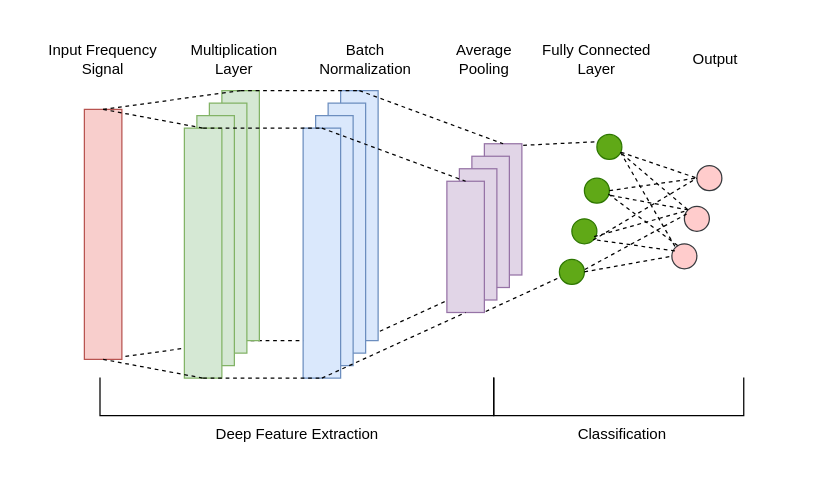
This is FMN.drawio from 1009351456/Anonymous, a draw.io file, before an edit. Source tidied: cells renumbered, new cells numbered last; positions are measured from the earlier drawing's top-left corner, leaving out a move shared by most shapes. Both pictures are drawn from the tidied source at 125%, with x=0, y=0 at pixel (21, 21).
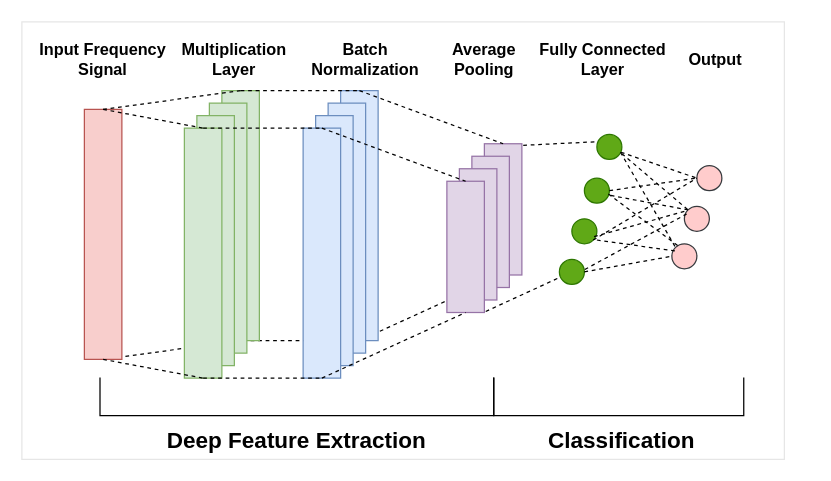
After the change.

What changed in the source:
```diff
@@
-    <mxCell id="2" style="rounded=0;whiteSpace=wrap;html=1;fontColor=#99FF99;strokeColor=#FFFFFF;gradientColor=none;fillColor=#ffffff;" parent="1" vertex="1">
+    <mxCell id="2" style="rounded=0;whiteSpace=wrap;html=1;fontColor=#99FF99;strokeColor=#E6E6E6;gradientColor=none;fillColor=#ffffff;" parent="1" vertex="1">
       <mxGeometry width="610" height="350" as="geometry" />
     </mxCell>
@@
-    <mxCell id="7" value="Input Frequency &lt;br&gt;Signal" style="text;html=1;strokeColor=none;fillColor=none;align=center;verticalAlign=middle;whiteSpace=wrap;rounded=0;" parent="1" vertex="1">
-      <mxGeometry x="20" y="20" width="90" height="20" as="geometry" />
+    <mxCell id="7" value="Input Frequency &lt;br style=&quot;font-size: 13px;&quot;&gt;Signal" style="text;html=1;strokeColor=none;fillColor=none;align=center;verticalAlign=middle;whiteSpace=wrap;rounded=0;fontSize=13;fontStyle=1;" parent="1" vertex="1">
+      <mxGeometry x="10" y="20" width="110" height="20" as="geometry" />
     </mxCell>
@@
-    <mxCell id="20" value="Multiplication&lt;br&gt;Layer" style="text;html=1;strokeColor=none;fillColor=none;align=center;verticalAlign=middle;whiteSpace=wrap;rounded=0;" parent="1" vertex="1">
+    <mxCell id="20" value="Multiplication&lt;br style=&quot;font-size: 13px;&quot;&gt;Layer" style="text;html=1;strokeColor=none;fillColor=none;align=center;verticalAlign=middle;whiteSpace=wrap;rounded=0;fontSize=13;fontStyle=1;" parent="1" vertex="1">
       <mxGeometry x="130" y="20" width="80" height="20" as="geometry" />
     </mxCell>
-    <mxCell id="21" value="Batch&lt;br&gt;Normalization" style="text;html=1;strokeColor=none;fillColor=none;align=center;verticalAlign=middle;whiteSpace=wrap;rounded=0;" parent="1" vertex="1">
+    <mxCell id="21" value="Batch&lt;br style=&quot;font-size: 13px;&quot;&gt;Normalization" style="text;html=1;strokeColor=none;fillColor=none;align=center;verticalAlign=middle;whiteSpace=wrap;rounded=0;fontSize=13;fontStyle=1;" parent="1" vertex="1">
       <mxGeometry x="230" y="20" width="90" height="20" as="geometry" />
     </mxCell>
@@
-    <mxCell id="30" value="Average&lt;br&gt;Pooling" style="text;html=1;strokeColor=none;fillColor=none;align=center;verticalAlign=middle;whiteSpace=wrap;rounded=0;" parent="1" vertex="1">
+    <mxCell id="30" value="Average&lt;br style=&quot;font-size: 13px;&quot;&gt;Pooling" style="text;html=1;strokeColor=none;fillColor=none;align=center;verticalAlign=middle;whiteSpace=wrap;rounded=0;fontSize=13;fontStyle=1;" parent="1" vertex="1">
       <mxGeometry x="340" y="20" width="60" height="20" as="geometry" />
     </mxCell>
@@
-    <mxCell id="32" value="Fully Connected&lt;br&gt;Layer" style="text;html=1;strokeColor=none;fillColor=none;align=center;verticalAlign=middle;whiteSpace=wrap;rounded=0;" parent="1" vertex="1">
-      <mxGeometry x="410" y="20" width="100" height="20" as="geometry" />
+    <mxCell id="32" value="Fully Connected&lt;br style=&quot;font-size: 13px;&quot;&gt;Layer" style="text;html=1;strokeColor=none;fillColor=none;align=center;verticalAlign=middle;whiteSpace=wrap;rounded=0;fontSize=13;fontStyle=1;" parent="1" vertex="1">
+      <mxGeometry x="410" y="20" width="110" height="20" as="geometry" />
     </mxCell>
@@
-    <mxCell id="37" value="Output" style="text;html=1;strokeColor=none;fillColor=none;align=center;verticalAlign=middle;whiteSpace=wrap;rounded=0;" parent="1" vertex="1">
+    <mxCell id="37" value="Output" style="text;html=1;strokeColor=none;fillColor=none;align=center;verticalAlign=middle;whiteSpace=wrap;rounded=0;fontSize=13;fontStyle=1;" parent="1" vertex="1">
       <mxGeometry x="530" y="20" width="50" height="20" as="geometry" />
     </mxCell>
@@
-    <mxCell id="56" value="Deep Feature Extraction" style="text;html=1;strokeColor=none;fillColor=none;align=center;verticalAlign=middle;whiteSpace=wrap;rounded=0;" parent="1" vertex="1">
-      <mxGeometry x="142.5" y="320" width="155" height="20" as="geometry" />
+    <mxCell id="56" value="Deep Feature Extraction" style="text;html=1;strokeColor=none;fillColor=none;align=center;verticalAlign=middle;whiteSpace=wrap;rounded=0;fontSize=18;fontStyle=1;" parent="1" vertex="1">
+      <mxGeometry x="70" y="320" width="300" height="30" as="geometry" />
     </mxCell>
-    <mxCell id="57" value="Classification" style="text;html=1;strokeColor=none;fillColor=none;align=center;verticalAlign=middle;whiteSpace=wrap;rounded=0;" parent="1" vertex="1">
-      <mxGeometry x="402.5" y="320" width="155" height="20" as="geometry" />
+    <mxCell id="57" value="Classification" style="text;html=1;strokeColor=none;fillColor=none;align=center;verticalAlign=middle;whiteSpace=wrap;rounded=0;fontSize=18;fontStyle=1;" parent="1" vertex="1">
+      <mxGeometry x="330" y="320" width="300" height="30" as="geometry" />
     </mxCell>
```
